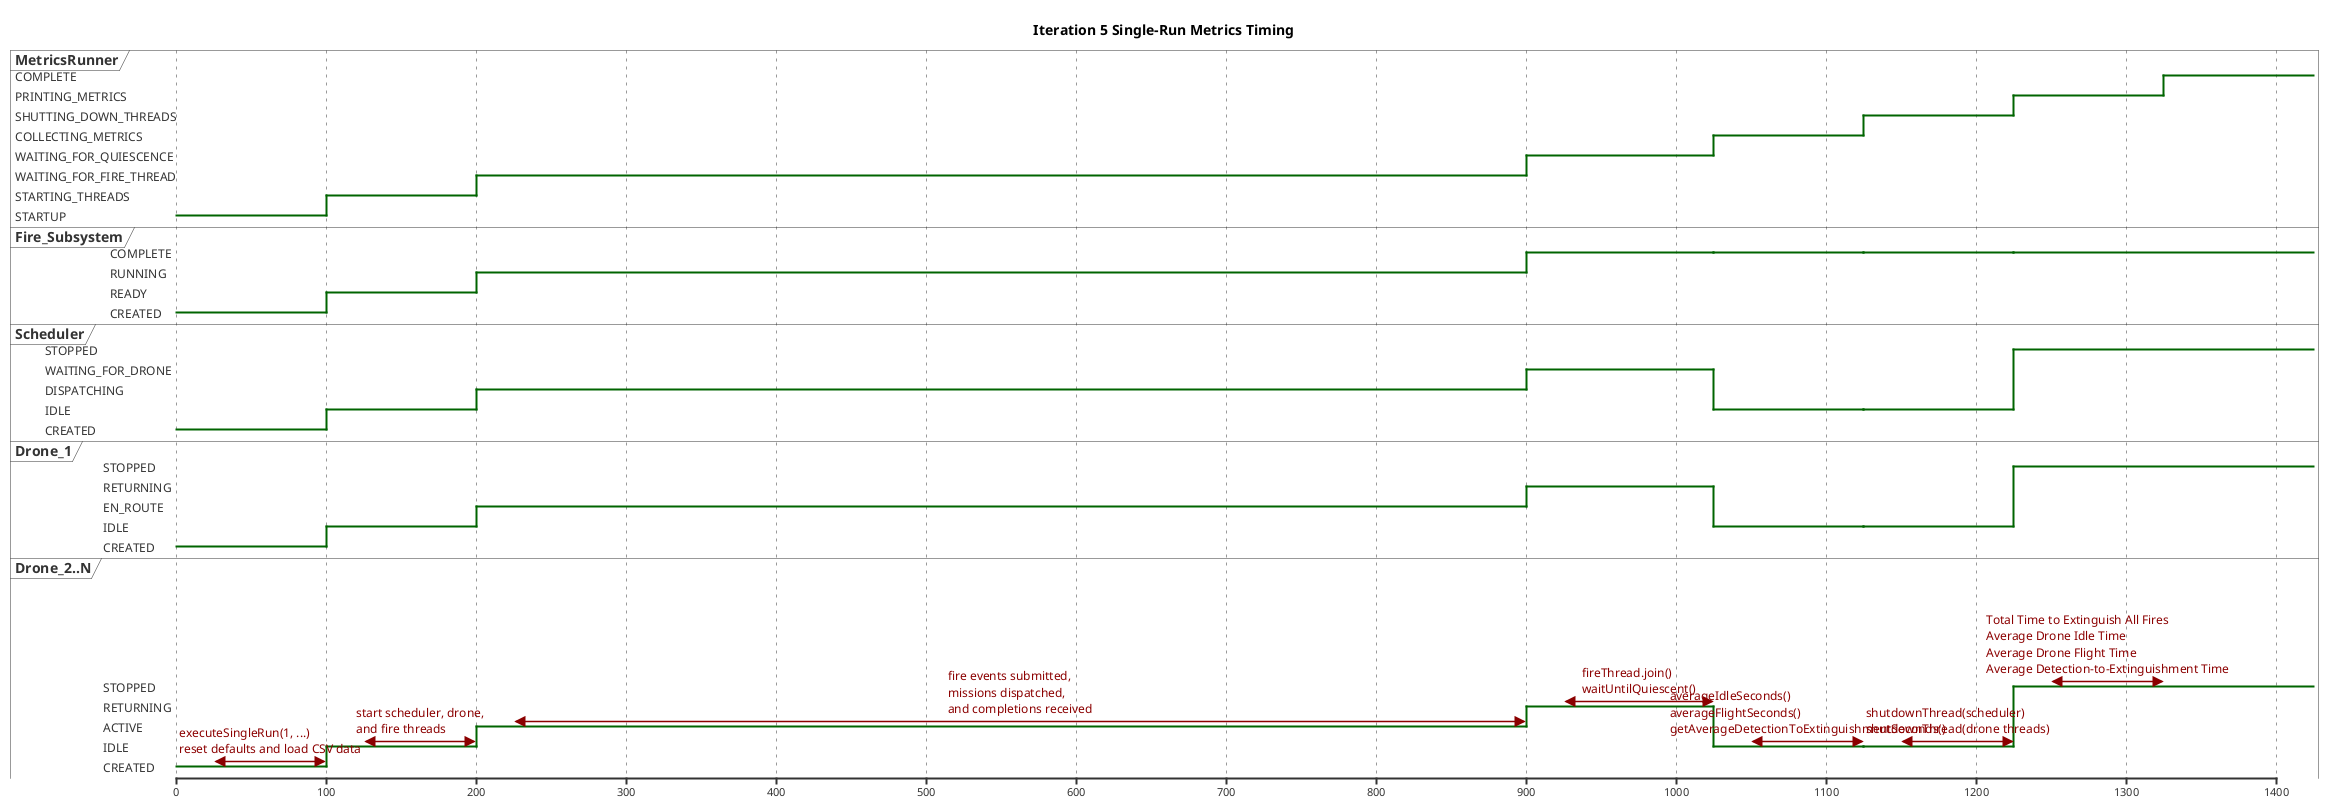
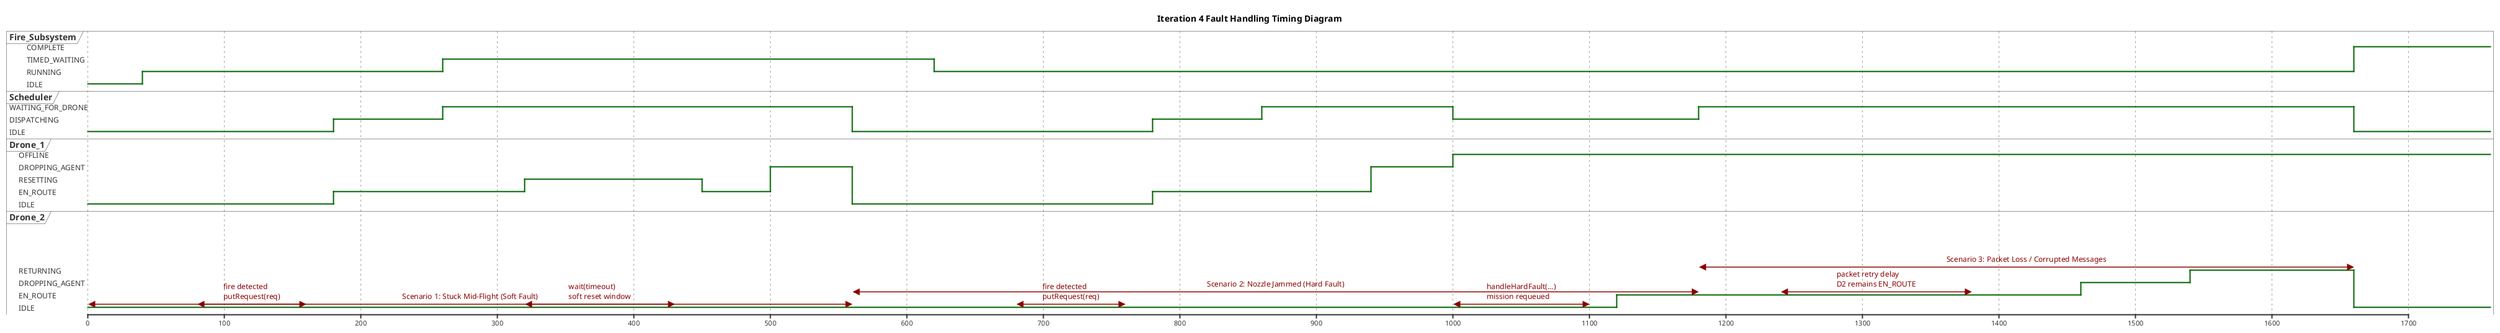
@startuml
- title Iteration 5 Single-Run Metrics Timing
- scale 100 as 150 pixels
- skinparam ParticipantPadding 30
- skinparam ArrowFontSize 11
+ title Iteration 4 Fault Handling Timing Diagram
+ scale 100 as 220 pixels
+ skinparam ParticipantPadding 42
+ skinparam ArrowFontSize 10

- robust "MetricsRunner" as Metrics
robust "Fire_Subsystem" as Fire
robust "Scheduler" as Scheduler
robust "Drone_1" as D1
- robust "Drone_2..N" as Fleet
+ robust "Drone_2" as D2

@0
- Metrics is STARTUP
- Fire is CREATED
- Scheduler is CREATED
- D1 is CREATED
- Fleet is CREATED
- 
- @25 <-> @100 : \n\nexecuteSingleRun(1, ...)\nreset defaults and load CSV data
- @100
- Metrics is STARTING_THREADS
- Fire is READY
+ Fire is IDLE
Scheduler is IDLE
D1 is IDLE
- Fleet is IDLE
+ D2 is IDLE

- @125 <-> @200 : \n\nstart scheduler, drone,\nand fire threads
- @200
- Metrics is WAITING_FOR_FIRE_THREAD
+ @0 <-> @560 : \n\nScenario 1: Stuck Mid-Flight (Soft Fault)
+ @40
Fire is RUNNING
+ @80 <-> @160 : \n\nfire detected\nputRequest(req)
+ @180
Scheduler is DISPATCHING
D1 is EN_ROUTE
- Fleet is ACTIVE
+ @260
+ Fire is TIMED_WAITING
+ Scheduler is WAITING_FOR_DRONE
+ @320
+ D1 is RESETTING
+ @320 <-> @430 : \n\nwait(timeout)\nsoft reset window
+ @450
+ D1 is EN_ROUTE
+ @500
+ D1 is DROPPING_AGENT
+ @560
+ D1 is IDLE
+ Scheduler is IDLE

- @225 <-> @900 : \n\nfire events submitted,\nmissions dispatched,\nand completions received
- @900
- Metrics is WAITING_FOR_QUIESCENCE
- Fire is COMPLETE
+ @560 <-> @1180 : \n\nScenario 2: Nozzle Jammed (Hard Fault)
+ @620
+ Fire is RUNNING
+ @680 <-> @760 : \n\nfire detected\nputRequest(req)
+ @780
+ Scheduler is DISPATCHING
+ D1 is EN_ROUTE
+ @860
Scheduler is WAITING_FOR_DRONE
- D1 is RETURNING
- Fleet is RETURNING
+ @940
+ D1 is DROPPING_AGENT
+ @1000
+ D1 is OFFLINE
+ Scheduler is DISPATCHING
+ @1000 <-> @1100 : \n\nhandleHardFault(...)\nmission requeued
+ @1120
+ D2 is EN_ROUTE
+ @1180
+ Scheduler is WAITING_FOR_DRONE

- @925 <-> @1025 : \n\nfireThread.join()\nwaitUntilQuiescent()
- @1025
- Metrics is COLLECTING_METRICS
+ @1180 <-> @1660 : \n\nScenario 3: Packet Loss / Corrupted Messages
+ @1240 <-> @1380 : \n\npacket retry delay\nD2 remains EN_ROUTE
+ @1460
+ D2 is DROPPING_AGENT
+ @1540
+ D2 is RETURNING
+ @1660
Fire is COMPLETE
Scheduler is IDLE
- D1 is IDLE
- Fleet is IDLE
- 
- @1050 <-> @1125 : \n\naverageIdleSeconds()\naverageFlightSeconds()\ngetAverageDetectionToExtinguishmentSeconds()
- @1125
- Metrics is SHUTTING_DOWN_THREADS
- Fire is COMPLETE
- Scheduler is IDLE
- D1 is IDLE
- Fleet is IDLE
- 
- @1150 <-> @1225 : \n\nshutdownThread(scheduler)\nshutdownThread(drone threads)
- @1225
- Metrics is PRINTING_METRICS
- Fire is COMPLETE
- Scheduler is STOPPED
- D1 is STOPPED
- Fleet is STOPPED
- 
- @1250 <-> @1325 : \n\nTotal Time to Extinguish All Fires\nAverage Drone Idle Time\nAverage Drone Flight Time\nAverage Detection-to-Extinguishment Time
- @1325
- Metrics is COMPLETE
+ D2 is IDLE

@enduml
